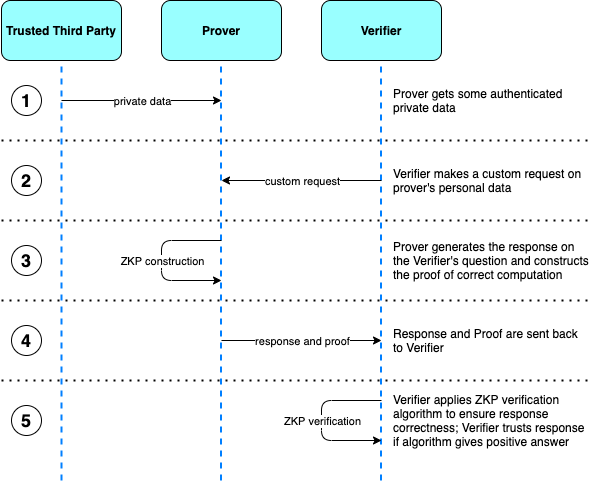
The draw.io diagram syscoin_4.0/img/zkp.png in icmoore/syscoin-tex, before a commit. Source tidied: cells renumbered, new cells last; positions are measured from the earlier drawing's top-left corner, leaving out a move shared by most shapes.
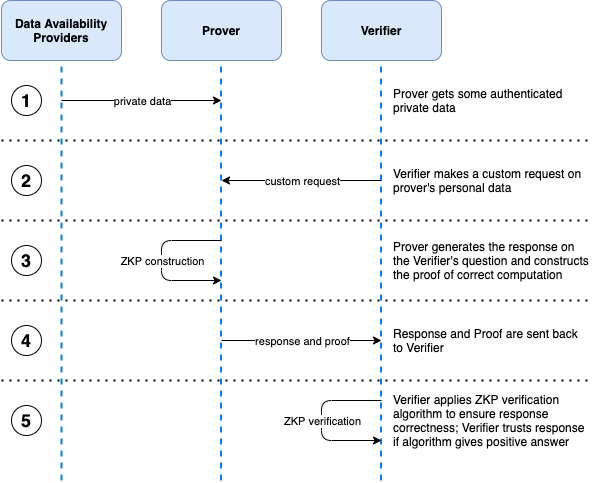
The same file after the commit.

What changed in the source:
```diff
@@ -2,13 +2,13 @@
   <root>
     <mxCell id="0" />
     <mxCell id="1" parent="0" />
-    <mxCell id="2" value="&lt;b&gt;Trusted Third Party&lt;/b&gt;" style="rounded=1;whiteSpace=wrap;html=1;fillColor=#99FFFF;" parent="1" vertex="1">
+    <mxCell id="2" value="&lt;b&gt;Data Availability Providers&lt;/b&gt;" style="rounded=1;whiteSpace=wrap;html=1;fillColor=#dae8fc;strokeColor=#6c8ebf;" parent="1" vertex="1">
       <mxGeometry width="120" height="60" as="geometry" />
     </mxCell>
-    <mxCell id="3" value="&lt;b&gt;Prover&lt;/b&gt;" style="rounded=1;whiteSpace=wrap;html=1;fillColor=#99FFFF;" parent="1" vertex="1">
+    <mxCell id="3" value="&lt;b&gt;Prover&lt;/b&gt;" style="rounded=1;whiteSpace=wrap;html=1;fillColor=#dae8fc;strokeColor=#6c8ebf;" parent="1" vertex="1">
       <mxGeometry x="160" width="120" height="60" as="geometry" />
     </mxCell>
-    <mxCell id="4" value="&lt;b&gt;Verifier&lt;/b&gt;" style="rounded=1;whiteSpace=wrap;html=1;fillColor=#99FFFF;" parent="1" vertex="1">
+    <mxCell id="4" value="&lt;b&gt;Verifier&lt;/b&gt;" style="rounded=1;whiteSpace=wrap;html=1;fillColor=#dae8fc;strokeColor=#6c8ebf;" parent="1" vertex="1">
       <mxGeometry x="320" width="120" height="60" as="geometry" />
     </mxCell>
     <mxCell id="5" style="endArrow=none;dashed=1;html=1;entryX=0.5;entryY=1;entryDx=0;entryDy=0;strokeColor=#007FFF;strokeWidth=2;" parent="1" edge="1" target="2">
```
